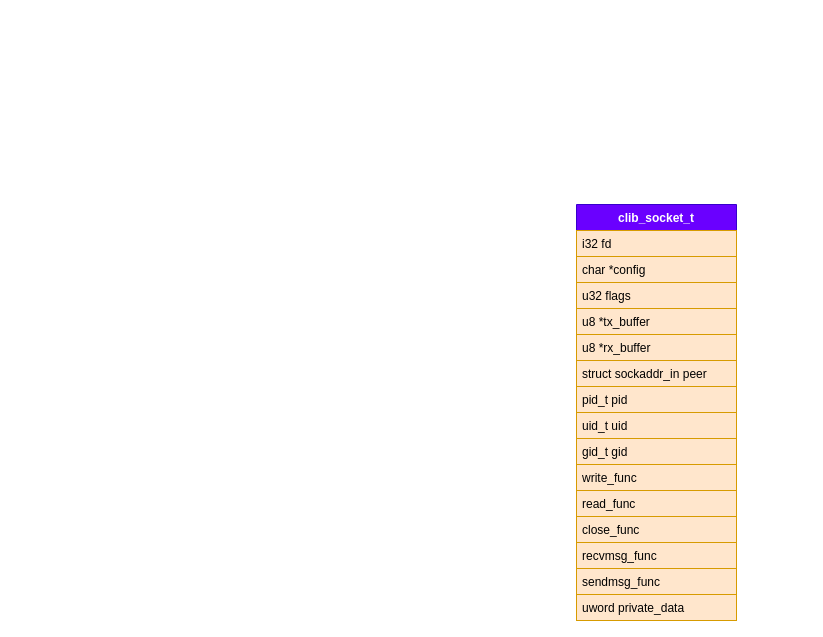
jin13417/dpdk-vpp-learning keeps this draw.io diagram as new_map/vppinfra_socket.drawio. Above is the earlier version. Source tidied: cells renumbered, new cells numbered last; positions are measured from the earlier drawing's top-left corner, leaving out a move shared by most shapes. Both pictures are drawn from the tidied source at 100%, with x=0, y=0 at pixel (576, 204).
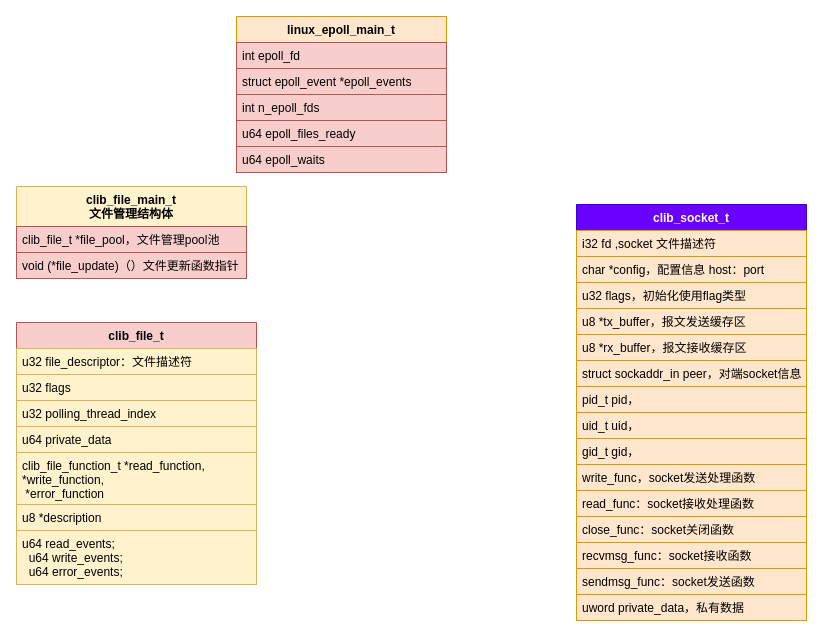
The same diagram, later.

Diff of the diagram source:
```diff
@@
     <mxCell id="2" value="clib_socket_t&#10;" style="swimlane;fontStyle=1;align=center;verticalAlign=top;horizontal=1;startSize=26;fillColor=#6a00ff;strokeColor=#3700CC;fontColor=#ffffff;" parent="1" vertex="1">
-      <mxGeometry width="160" height="416" as="geometry" />
+      <mxGeometry width="230" height="416" as="geometry" />
     </mxCell>
-    <mxCell id="3" value="i32 fd" style="text;strokeColor=#d79b00;fillColor=#ffe6cc;align=left;verticalAlign=top;spacingLeft=4;spacingRight=4;overflow=hidden;" parent="2" vertex="1">
-      <mxGeometry y="26" width="160" height="26" as="geometry" />
+    <mxCell id="3" value="i32 fd ,socket 文件描述符" style="text;strokeColor=#d79b00;fillColor=#ffe6cc;align=left;verticalAlign=top;spacingLeft=4;spacingRight=4;overflow=hidden;" parent="2" vertex="1">
+      <mxGeometry y="26" width="230" height="26" as="geometry" />
     </mxCell>
-    <mxCell id="4" value="char *config" style="text;strokeColor=#d79b00;fillColor=#ffe6cc;align=left;verticalAlign=top;spacingLeft=4;spacingRight=4;overflow=hidden;" parent="2" vertex="1">
-      <mxGeometry y="52" width="160" height="26" as="geometry" />
+    <mxCell id="4" value="char *config，配置信息 host：port" style="text;strokeColor=#d79b00;fillColor=#ffe6cc;align=left;verticalAlign=top;spacingLeft=4;spacingRight=4;overflow=hidden;" parent="2" vertex="1">
+      <mxGeometry y="52" width="230" height="26" as="geometry" />
     </mxCell>
-    <mxCell id="5" value="u32 flags" style="text;fillColor=#ffe6cc;align=left;verticalAlign=top;spacingLeft=4;spacingRight=4;overflow=hidden;strokeColor=#d79b00;" parent="2" vertex="1">
-      <mxGeometry y="78" width="160" height="26" as="geometry" />
+    <mxCell id="5" value="u32 flags，初始化使用flag类型" style="text;fillColor=#ffe6cc;align=left;verticalAlign=top;spacingLeft=4;spacingRight=4;overflow=hidden;strokeColor=#d79b00;" parent="2" vertex="1">
+      <mxGeometry y="78" width="230" height="26" as="geometry" />
     </mxCell>
-    <mxCell id="6" value="u8 *tx_buffer" style="text;fillColor=#ffe6cc;align=left;verticalAlign=top;spacingLeft=4;spacingRight=4;overflow=hidden;strokeColor=#d79b00;" parent="2" vertex="1">
-      <mxGeometry y="104" width="160" height="26" as="geometry" />
+    <mxCell id="6" value="u8 *tx_buffer，报文发送缓存区" style="text;fillColor=#ffe6cc;align=left;verticalAlign=top;spacingLeft=4;spacingRight=4;overflow=hidden;strokeColor=#d79b00;" parent="2" vertex="1">
+      <mxGeometry y="104" width="230" height="26" as="geometry" />
     </mxCell>
-    <mxCell id="7" value="u8 *rx_buffer" style="text;fillColor=#ffe6cc;align=left;verticalAlign=top;spacingLeft=4;spacingRight=4;overflow=hidden;strokeColor=#d79b00;" parent="2" vertex="1">
-      <mxGeometry y="130" width="160" height="26" as="geometry" />
+    <mxCell id="7" value="u8 *rx_buffer，报文接收缓存区" style="text;fillColor=#ffe6cc;align=left;verticalAlign=top;spacingLeft=4;spacingRight=4;overflow=hidden;strokeColor=#d79b00;" parent="2" vertex="1">
+      <mxGeometry y="130" width="230" height="26" as="geometry" />
     </mxCell>
-    <mxCell id="8" value="struct sockaddr_in peer" style="text;fillColor=#ffe6cc;align=left;verticalAlign=top;spacingLeft=4;spacingRight=4;overflow=hidden;strokeColor=#d79b00;" parent="2" vertex="1">
-      <mxGeometry y="156" width="160" height="26" as="geometry" />
+    <mxCell id="8" value="struct sockaddr_in peer，对端socket信息" style="text;fillColor=#ffe6cc;align=left;verticalAlign=top;spacingLeft=4;spacingRight=4;overflow=hidden;strokeColor=#d79b00;" parent="2" vertex="1">
+      <mxGeometry y="156" width="230" height="26" as="geometry" />
     </mxCell>
-    <mxCell id="9" value="pid_t pid" style="text;fillColor=#ffe6cc;align=left;verticalAlign=top;spacingLeft=4;spacingRight=4;overflow=hidden;strokeColor=#d79b00;" parent="2" vertex="1">
-      <mxGeometry y="182" width="160" height="26" as="geometry" />
+    <mxCell id="9" value="pid_t pid，" style="text;fillColor=#ffe6cc;align=left;verticalAlign=top;spacingLeft=4;spacingRight=4;overflow=hidden;strokeColor=#d79b00;" parent="2" vertex="1">
+      <mxGeometry y="182" width="230" height="26" as="geometry" />
     </mxCell>
-    <mxCell id="10" value="uid_t uid" style="text;fillColor=#ffe6cc;align=left;verticalAlign=top;spacingLeft=4;spacingRight=4;overflow=hidden;strokeColor=#d79b00;" parent="2" vertex="1">
-      <mxGeometry y="208" width="160" height="26" as="geometry" />
+    <mxCell id="10" value="uid_t uid，" style="text;fillColor=#ffe6cc;align=left;verticalAlign=top;spacingLeft=4;spacingRight=4;overflow=hidden;strokeColor=#d79b00;" parent="2" vertex="1">
+      <mxGeometry y="208" width="230" height="26" as="geometry" />
     </mxCell>
-    <mxCell id="11" value="gid_t gid" style="text;fillColor=#ffe6cc;align=left;verticalAlign=top;spacingLeft=4;spacingRight=4;overflow=hidden;strokeColor=#d79b00;" parent="2" vertex="1">
-      <mxGeometry y="234" width="160" height="26" as="geometry" />
+    <mxCell id="11" value="gid_t gid，" style="text;fillColor=#ffe6cc;align=left;verticalAlign=top;spacingLeft=4;spacingRight=4;overflow=hidden;strokeColor=#d79b00;" parent="2" vertex="1">
+      <mxGeometry y="234" width="230" height="26" as="geometry" />
     </mxCell>
-    <mxCell id="12" value="write_func" style="text;fillColor=#ffe6cc;align=left;verticalAlign=top;spacingLeft=4;spacingRight=4;overflow=hidden;strokeColor=#d79b00;" parent="2" vertex="1">
-      <mxGeometry y="260" width="160" height="26" as="geometry" />
+    <mxCell id="12" value="write_func，socket发送处理函数" style="text;fillColor=#ffe6cc;align=left;verticalAlign=top;spacingLeft=4;spacingRight=4;overflow=hidden;strokeColor=#d79b00;" parent="2" vertex="1">
+      <mxGeometry y="260" width="230" height="26" as="geometry" />
     </mxCell>
-    <mxCell id="13" value="read_func" style="text;fillColor=#ffe6cc;align=left;verticalAlign=top;spacingLeft=4;spacingRight=4;overflow=hidden;strokeColor=#d79b00;" parent="2" vertex="1">
-      <mxGeometry y="286" width="160" height="26" as="geometry" />
+    <mxCell id="13" value="read_func：socket接收处理函数" style="text;fillColor=#ffe6cc;align=left;verticalAlign=top;spacingLeft=4;spacingRight=4;overflow=hidden;strokeColor=#d79b00;" parent="2" vertex="1">
+      <mxGeometry y="286" width="230" height="26" as="geometry" />
     </mxCell>
-    <mxCell id="14" value="close_func" style="text;fillColor=#ffe6cc;align=left;verticalAlign=top;spacingLeft=4;spacingRight=4;overflow=hidden;strokeColor=#d79b00;" parent="2" vertex="1">
-      <mxGeometry y="312" width="160" height="26" as="geometry" />
+    <mxCell id="14" value="close_func：socket关闭函数" style="text;fillColor=#ffe6cc;align=left;verticalAlign=top;spacingLeft=4;spacingRight=4;overflow=hidden;strokeColor=#d79b00;" parent="2" vertex="1">
+      <mxGeometry y="312" width="230" height="26" as="geometry" />
     </mxCell>
-    <mxCell id="15" value="recvmsg_func" style="text;fillColor=#ffe6cc;align=left;verticalAlign=top;spacingLeft=4;spacingRight=4;overflow=hidden;strokeColor=#d79b00;" parent="2" vertex="1">
-      <mxGeometry y="338" width="160" height="26" as="geometry" />
+    <mxCell id="15" value="recvmsg_func：socket接收函数" style="text;fillColor=#ffe6cc;align=left;verticalAlign=top;spacingLeft=4;spacingRight=4;overflow=hidden;strokeColor=#d79b00;" parent="2" vertex="1">
+      <mxGeometry y="338" width="230" height="26" as="geometry" />
     </mxCell>
-    <mxCell id="16" value="sendmsg_func" style="text;fillColor=#ffe6cc;align=left;verticalAlign=top;spacingLeft=4;spacingRight=4;overflow=hidden;strokeColor=#d79b00;" parent="2" vertex="1">
-      <mxGeometry y="364" width="160" height="26" as="geometry" />
+    <mxCell id="16" value="sendmsg_func：socket发送函数" style="text;fillColor=#ffe6cc;align=left;verticalAlign=top;spacingLeft=4;spacingRight=4;overflow=hidden;strokeColor=#d79b00;" parent="2" vertex="1">
+      <mxGeometry y="364" width="230" height="26" as="geometry" />
     </mxCell>
-    <mxCell id="17" value="uword private_data" style="text;strokeColor=#d79b00;fillColor=#ffe6cc;align=left;verticalAlign=top;spacingLeft=4;spacingRight=4;overflow=hidden;" parent="2" vertex="1">
-      <mxGeometry y="390" width="160" height="26" as="geometry" />
+    <mxCell id="17" value="uword private_data，私有数据" style="text;strokeColor=#d79b00;fillColor=#ffe6cc;align=left;verticalAlign=top;spacingLeft=4;spacingRight=4;overflow=hidden;" parent="2" vertex="1">
+      <mxGeometry y="390" width="230" height="26" as="geometry" />
     </mxCell>
+    <mxCell id="18" value="linux_epoll_main_t" style="swimlane;fontStyle=1;align=center;verticalAlign=top;horizontal=1;startSize=26;fillColor=#ffe6cc;strokeColor=#d79b00;" parent="1" vertex="1">
+      <mxGeometry x="-340" y="-188" width="210" height="156" as="geometry" />
+    </mxCell>
+    <mxCell id="19" value="int epoll_fd" style="text;strokeColor=#b85450;fillColor=#f8cecc;align=left;verticalAlign=top;spacingLeft=4;spacingRight=4;overflow=hidden;" parent="18" vertex="1">
+      <mxGeometry y="26" width="210" height="26" as="geometry" />
+    </mxCell>
+    <mxCell id="20" value="struct epoll_event *epoll_events" style="text;strokeColor=#b85450;fillColor=#f8cecc;align=left;verticalAlign=top;spacingLeft=4;spacingRight=4;overflow=hidden;" parent="18" vertex="1">
+      <mxGeometry y="52" width="210" height="26" as="geometry" />
+    </mxCell>
+    <mxCell id="21" value="int n_epoll_fds" style="text;fillColor=#f8cecc;align=left;verticalAlign=top;spacingLeft=4;spacingRight=4;overflow=hidden;strokeColor=#b85450;" parent="18" vertex="1">
+      <mxGeometry y="78" width="210" height="26" as="geometry" />
+    </mxCell>
+    <mxCell id="22" value="u64 epoll_files_ready" style="text;fillColor=#f8cecc;align=left;verticalAlign=top;spacingLeft=4;spacingRight=4;overflow=hidden;strokeColor=#b85450;" parent="18" vertex="1">
+      <mxGeometry y="104" width="210" height="26" as="geometry" />
+    </mxCell>
+    <mxCell id="23" value="u64 epoll_waits" style="text;fillColor=#f8cecc;align=left;verticalAlign=top;spacingLeft=4;spacingRight=4;overflow=hidden;strokeColor=#b85450;" parent="18" vertex="1">
+      <mxGeometry y="130" width="210" height="26" as="geometry" />
+    </mxCell>
+    <mxCell id="24" value="clib_file_main_t&#10;文件管理结构体" style="swimlane;fontStyle=1;align=center;verticalAlign=top;horizontal=1;startSize=40;strokeColor=#d6b656;fillColor=#fff2cc;" parent="1" vertex="1">
+      <mxGeometry x="-560" y="-18" width="230" height="92" as="geometry" />
+    </mxCell>
+    <mxCell id="25" value="clib_file_t *file_pool，文件管理pool池" style="text;strokeColor=#b85450;fillColor=#f8cecc;align=left;verticalAlign=top;spacingLeft=4;spacingRight=4;overflow=hidden;" parent="24" vertex="1">
+      <mxGeometry y="40" width="230" height="26" as="geometry" />
+    </mxCell>
+    <mxCell id="26" value="void (*file_update)（）文件更新函数指针" style="text;strokeColor=#b85450;fillColor=#f8cecc;align=left;verticalAlign=top;spacingLeft=4;spacingRight=4;overflow=hidden;" parent="24" vertex="1">
+      <mxGeometry y="66" width="230" height="26" as="geometry" />
+    </mxCell>
+    <mxCell id="27" value="clib_file_t" style="swimlane;fontStyle=1;align=center;verticalAlign=top;horizontal=1;startSize=26;strokeColor=#b85450;fillColor=#f8cecc;" parent="1" vertex="1">
+      <mxGeometry x="-560" y="118" width="240" height="262" as="geometry" />
+    </mxCell>
+    <mxCell id="28" value="u32 file_descriptor：文件描述符" style="text;strokeColor=#d6b656;fillColor=#fff2cc;align=left;verticalAlign=top;spacingLeft=4;spacingRight=4;overflow=hidden;" parent="27" vertex="1">
+      <mxGeometry y="26" width="240" height="26" as="geometry" />
+    </mxCell>
+    <mxCell id="29" value="u32 flags" style="text;strokeColor=#d6b656;fillColor=#fff2cc;align=left;verticalAlign=top;spacingLeft=4;spacingRight=4;overflow=hidden;" parent="27" vertex="1">
+      <mxGeometry y="52" width="240" height="26" as="geometry" />
+    </mxCell>
+    <mxCell id="30" value="u32 polling_thread_index" style="text;fillColor=#fff2cc;align=left;verticalAlign=top;spacingLeft=4;spacingRight=4;overflow=hidden;strokeColor=#d6b656;" parent="27" vertex="1">
+      <mxGeometry y="78" width="240" height="26" as="geometry" />
+    </mxCell>
+    <mxCell id="31" value="u64 private_data" style="text;fillColor=#fff2cc;align=left;verticalAlign=top;spacingLeft=4;spacingRight=4;overflow=hidden;strokeColor=#d6b656;" parent="27" vertex="1">
+      <mxGeometry y="104" width="240" height="26" as="geometry" />
+    </mxCell>
+    <mxCell id="32" value="clib_file_function_t *read_function, &#10;*write_function,&#10; *error_function" style="text;fillColor=#fff2cc;align=left;verticalAlign=top;spacingLeft=4;spacingRight=4;overflow=hidden;strokeColor=#d6b656;" parent="27" vertex="1">
+      <mxGeometry y="130" width="240" height="52" as="geometry" />
+    </mxCell>
+    <mxCell id="33" value="u8 *description" style="text;fillColor=#fff2cc;align=left;verticalAlign=top;spacingLeft=4;spacingRight=4;overflow=hidden;strokeColor=#d6b656;" parent="27" vertex="1">
+      <mxGeometry y="182" width="240" height="26" as="geometry" />
+    </mxCell>
+    <mxCell id="34" value="u64 read_events;&#10;  u64 write_events;&#10;  u64 error_events;" style="text;fillColor=#fff2cc;align=left;verticalAlign=top;spacingLeft=4;spacingRight=4;overflow=hidden;strokeColor=#d6b656;" parent="27" vertex="1">
+      <mxGeometry y="208" width="240" height="54" as="geometry" />
+    </mxCell>
```
